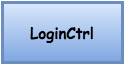
Earlier version of the draw.io export support/componentDesign.png (seanieboi/assignment2). Source tidied: cells renumbered, new cells last; positions are measured from the earlier drawing's top-left corner, leaving out a move shared by most shapes.
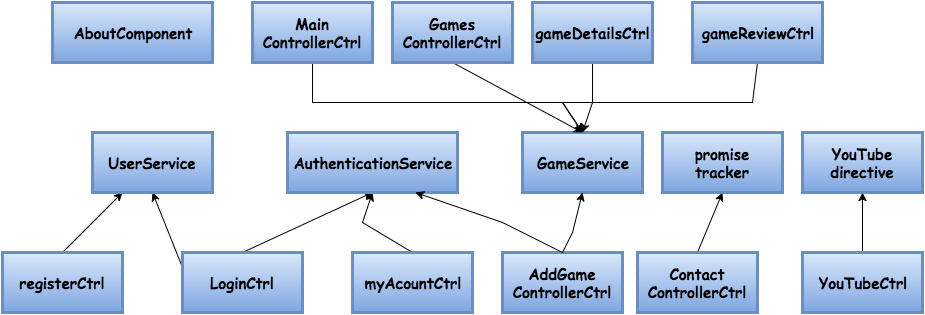
The same file after the commit.

The edit, as a diff of the source:
```diff
@@ -1,9 +1,116 @@
 <mxGraphModel background="#ffffff">
   <root>
-    <mxCell id="0" />
+    <mxCell id="0" style="html=1;" />
-    <mxCell id="1" parent="0" />
+    <mxCell id="1" style="html=1;" parent="0" />
-    <mxCell id="2" value="LoginCtrl" style="whiteSpace=wrap;strokeWidth=3;fontStyle=1;fontFamily=Comic Sans MS;fontSize=15;labelBackgroundColor=none;labelBorderColor=none;plain-blue;" parent="1" vertex="1">
+    <mxCell id="2" value="GameService" style="whiteSpace=wrap;strokeWidth=3;fontStyle=1;fontFamily=Comic Sans MS;fontSize=15;labelBackgroundColor=none;labelBorderColor=none;plain-blue;" parent="1" vertex="1">
       <mxGeometry width="120" height="60" as="geometry" />
     </mxCell>
+    <mxCell id="3" style="edgeStyle=none;rounded=0;html=0;exitX=0.5;exitY=1;entryX=0.5;entryY=0;jettySize=auto;fontFamily=Comic Sans MS;fontSize=17;" parent="1" edge="1" source="4" target="2">
+      <mxGeometry relative="1" as="geometry">
+        <Array as="points">
+          <mxPoint x="70" y="-30" />
+        </Array>
+      </mxGeometry>
+    </mxCell>
+    <mxCell id="4" value="gameDetailsCtrl" style="whiteSpace=wrap;strokeWidth=3;fontStyle=1;fontFamily=Comic Sans MS;fontSize=15;labelBackgroundColor=none;labelBorderColor=none;plain-blue;" parent="1" vertex="1">
+      <mxGeometry x="10" y="-130" width="120" height="60" as="geometry" />
+    </mxCell>
+    <mxCell id="5" style="edgeStyle=none;rounded=0;html=0;exitX=0.5;exitY=0;entryX=0.25;entryY=1;jettySize=auto;fontFamily=Comic Sans MS;fontSize=17;" parent="1" edge="1" source="6" target="21">
+      <mxGeometry relative="1" as="geometry" />
+    </mxCell>
+    <mxCell id="6" value="registerCtrl" style="whiteSpace=wrap;strokeWidth=3;fontStyle=1;fontFamily=Comic Sans MS;fontSize=15;labelBackgroundColor=none;labelBorderColor=none;plain-blue;" parent="1" vertex="1">
+      <mxGeometry x="-520" y="120" width="120" height="60" as="geometry" />
+    </mxCell>
+    <mxCell id="7" style="edgeStyle=none;rounded=0;html=0;exitX=0.5;exitY=0;entryX=0.5;entryY=1;jettySize=auto;fontFamily=Comic Sans MS;fontSize=17;" parent="1" edge="1" source="8" target="22">
+      <mxGeometry relative="1" as="geometry">
+        <Array as="points">
+          <mxPoint x="-160" y="90" />
+        </Array>
+      </mxGeometry>
+    </mxCell>
+    <mxCell id="8" value="myAcountCtrl" style="whiteSpace=wrap;strokeWidth=3;fontStyle=1;fontFamily=Comic Sans MS;fontSize=15;labelBackgroundColor=none;labelBorderColor=none;plain-blue;" parent="1" vertex="1">
+      <mxGeometry x="-170" y="120" width="120" height="60" as="geometry" />
+    </mxCell>
+    <mxCell id="9" style="edgeStyle=none;rounded=0;html=0;exitX=0.5;exitY=1;entryX=0.5;entryY=0;jettySize=auto;fontFamily=Comic Sans MS;fontSize=17;" parent="1" edge="1" source="10" target="2">
+      <mxGeometry relative="1" as="geometry">
+        <Array as="points">
+          <mxPoint x="-210" y="-30" />
+          <mxPoint x="40" y="-30" />
+        </Array>
+      </mxGeometry>
+    </mxCell>
+    <mxCell id="10" value="Main ControllerCtrl" style="whiteSpace=wrap;strokeWidth=3;fontStyle=1;fontFamily=Comic Sans MS;fontSize=15;labelBackgroundColor=none;labelBorderColor=none;plain-blue;" parent="1" vertex="1">
+      <mxGeometry x="-270" y="-130" width="120" height="60" as="geometry" />
+    </mxCell>
+    <mxCell id="11" style="edgeStyle=none;rounded=0;html=0;exitX=0;exitY=0.25;entryX=0.5;entryY=1;jettySize=auto;fontFamily=Comic Sans MS;fontSize=17;" parent="1" edge="1" source="13" target="21">
+      <mxGeometry relative="1" as="geometry" />
+    </mxCell>
+    <mxCell id="12" style="edgeStyle=none;rounded=0;html=0;exitX=0.5;exitY=0;entryX=0.5;entryY=1;jettySize=auto;fontFamily=Comic Sans MS;fontSize=17;" parent="1" edge="1" source="13" target="22">
+      <mxGeometry relative="1" as="geometry" />
+    </mxCell>
+    <mxCell id="13" value="LoginCtrl" style="whiteSpace=wrap;strokeWidth=3;fontStyle=1;fontFamily=Comic Sans MS;fontSize=15;labelBackgroundColor=none;labelBorderColor=none;plain-blue;" parent="1" vertex="1">
+      <mxGeometry x="-340" y="120" width="120" height="60" as="geometry" />
+    </mxCell>
+    <mxCell id="14" style="edgeStyle=none;rounded=0;html=0;exitX=0.5;exitY=1;entryX=0.5;entryY=0;jettySize=auto;fontFamily=Comic Sans MS;fontSize=17;" parent="1" edge="1" source="15" target="2">
+      <mxGeometry relative="1" as="geometry" />
+    </mxCell>
+    <mxCell id="15" value="Games ControllerCtrl" style="whiteSpace=wrap;strokeWidth=3;fontStyle=1;fontFamily=Comic Sans MS;fontSize=15;labelBackgroundColor=none;labelBorderColor=none;plain-blue;" parent="1" vertex="1">
+      <mxGeometry x="-130" y="-130" width="120" height="60" as="geometry" />
+    </mxCell>
+    <mxCell id="16" style="edgeStyle=none;rounded=0;html=0;exitX=0.5;exitY=1;entryX=0.5;entryY=0;jettySize=auto;fontFamily=Comic Sans MS;fontSize=17;" parent="1" edge="1" source="17" target="2">
+      <mxGeometry relative="1" as="geometry">
+        <Array as="points">
+          <mxPoint x="230" y="-30" />
+          <mxPoint x="40" y="-30" />
+        </Array>
+      </mxGeometry>
+    </mxCell>
+    <mxCell id="17" value="gameReviewCtrl" style="whiteSpace=wrap;strokeWidth=3;fontStyle=1;fontFamily=Comic Sans MS;fontSize=15;labelBackgroundColor=none;labelBorderColor=none;plain-blue;" parent="1" vertex="1">
+      <mxGeometry x="170" y="-130" width="130" height="60" as="geometry" />
+    </mxCell>
+    <mxCell id="18" value="AboutComponent" style="strokeWidth=3;fontStyle=1;fontFamily=Comic Sans MS;fontSize=15;labelBackgroundColor=none;labelBorderColor=none;plain-blue;whiteSpace=wrap;" parent="1" vertex="1">
+      <mxGeometry x="-470" y="-130" width="160" height="60" as="geometry" />
+    </mxCell>
+    <mxCell id="19" style="edgeStyle=none;rounded=0;html=0;exitX=0.5;exitY=0;entryX=0.5;entryY=1;jettySize=auto;fontFamily=Comic Sans MS;fontSize=17;" parent="1" edge="1" source="20" target="26">
+      <mxGeometry relative="1" as="geometry" />
+    </mxCell>
+    <mxCell id="20" value="Contact ControllerCtrl" style="whiteSpace=wrap;strokeWidth=3;fontStyle=1;fontFamily=Comic Sans MS;fontSize=15;labelBackgroundColor=none;labelBorderColor=none;plain-blue;" parent="1" vertex="1">
+      <mxGeometry x="115" y="120" width="120" height="60" as="geometry" />
+    </mxCell>
+    <mxCell id="21" value="UserService" style="whiteSpace=wrap;strokeWidth=3;fontStyle=1;fontFamily=Comic Sans MS;fontSize=15;labelBackgroundColor=none;labelBorderColor=none;plain-blue;" parent="1" vertex="1">
+      <mxGeometry x="-430" width="120" height="60" as="geometry" />
+    </mxCell>
+    <mxCell id="22" value="AuthenticationService" style="whiteSpace=wrap;strokeWidth=3;fontStyle=1;fontFamily=Comic Sans MS;fontSize=15;labelBackgroundColor=none;labelBorderColor=none;plain-blue;" parent="1" vertex="1">
+      <mxGeometry x="-235" width="170" height="60" as="geometry" />
+    </mxCell>
+    <mxCell id="23" style="edgeStyle=none;rounded=0;html=0;exitX=0.5;exitY=0;entryX=0.5;entryY=1;jettySize=auto;fontFamily=Comic Sans MS;fontSize=17;" parent="1" edge="1" source="24" target="25">
+      <mxGeometry relative="1" as="geometry" />
+    </mxCell>
+    <mxCell id="24" value="YouTubeCtrl" style="whiteSpace=wrap;strokeWidth=3;fontStyle=1;fontFamily=Comic Sans MS;fontSize=15;labelBackgroundColor=none;labelBorderColor=none;plain-blue;" parent="1" vertex="1">
+      <mxGeometry x="280" y="120" width="120" height="60" as="geometry" />
+    </mxCell>
+    <mxCell id="25" value="YouTube directive" style="whiteSpace=wrap;strokeWidth=3;fontStyle=1;fontFamily=Comic Sans MS;fontSize=15;labelBackgroundColor=none;labelBorderColor=none;plain-blue;" parent="1" vertex="1">
+      <mxGeometry x="280" width="120" height="60" as="geometry" />
+    </mxCell>
+    <mxCell id="26" value="promise tracker" style="strokeWidth=3;fontStyle=1;fontFamily=Comic Sans MS;fontSize=15;labelBackgroundColor=none;labelBorderColor=none;plain-blue;whiteSpace=wrap;" parent="1" vertex="1">
+      <mxGeometry x="140" width="120" height="60" as="geometry" />
+    </mxCell>
+    <mxCell id="27" value="AddGame ControllerCtrl" style="whiteSpace=wrap;strokeWidth=3;fontStyle=1;fontFamily=Comic Sans MS;fontSize=15;labelBackgroundColor=none;labelBorderColor=none;plain-blue;" parent="1" vertex="1">
+      <mxGeometry x="-20" y="120" width="120" height="60" as="geometry" />
+    </mxCell>
+    <mxCell id="28" style="edgeStyle=none;rounded=0;html=0;exitX=0.5;exitY=0;entryX=0.75;entryY=1;jettySize=auto;fontFamily=Comic Sans MS;fontSize=17;" parent="1" edge="1" source="27" target="22">
+      <mxGeometry x="160" y="140" as="geometry">
+        <Array as="points">
+          <mxPoint x="-20" y="90" />
+        </Array>
+      </mxGeometry>
+    </mxCell>
+    <mxCell id="29" style="edgeStyle=none;rounded=0;html=0;exitX=0.5;exitY=0;entryX=0.5;entryY=1;jettySize=auto;fontFamily=Comic Sans MS;fontSize=17;" parent="1" edge="1" source="27" target="2">
+      <mxGeometry x="170" y="150" as="geometry">
+        <Array as="points">
+          <mxPoint x="50" y="100" />
+        </Array>
+      </mxGeometry>
+    </mxCell>
   </root>
 </mxGraphModel>
```
